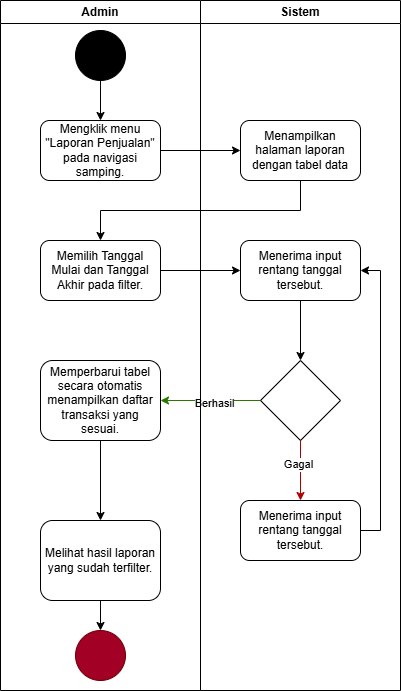
Earlier version of the draw.io export Docs/Use Case/activityfinal/Activity Diagram-Laporan Penjualan.drawio.png (gustitriprayoga/Sistem-Pembayaran-QR). Source tidied: cells renumbered, new cells last; positions are measured from the earlier drawing's top-left corner, leaving out a move shared by most shapes.
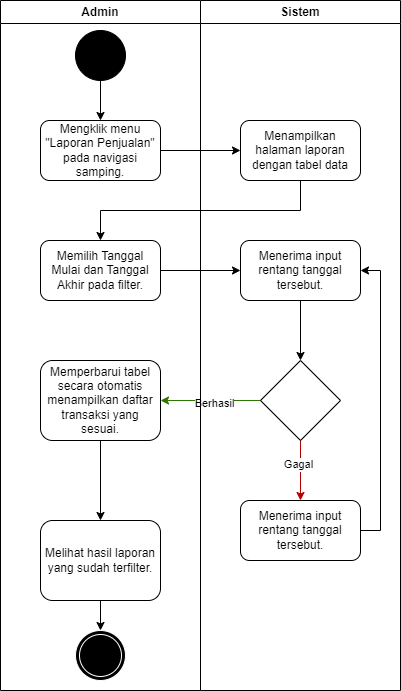
After the change.

The edit, as a diff of the source:
```diff
@@ -61,7 +61,7 @@
     <mxCell id="19" value="Memperbarui tabel secara otomatis menampilkan daftar transaksi yang sesuai." style="rounded=1;whiteSpace=wrap;html=1;" parent="1" vertex="1">
       <mxGeometry x="40" y="360" width="120" height="80" as="geometry" />
     </mxCell>
-    <mxCell id="20" style="edgeStyle=orthogonalEdgeStyle;rounded=0;jettySize=auto;html=1;exitX=0.5;exitY=1;exitDx=0;exitDy=0;entryX=0.5;entryY=0;entryDx=0;entryDy=0;" parent="1" edge="1" source="21" target="24">
+    <mxCell id="20" style="edgeStyle=orthogonalEdgeStyle;rounded=0;jettySize=auto;html=1;exitX=0.5;exitY=1;exitDx=0;exitDy=0;entryX=0.5;entryY=0;entryDx=0;entryDy=0;" parent="1" edge="1" source="21" target="27">
       <mxGeometry relative="1" as="geometry" />
     </mxCell>
     <mxCell id="21" value="Melihat hasil laporan yang sudah terfilter." style="rounded=1;whiteSpace=wrap;html=1;" parent="1" vertex="1">
@@ -73,12 +73,12 @@
     <mxCell id="23" style="ellipse;whiteSpace=wrap;html=1;fillColor=#000000;" parent="1" vertex="1">
       <mxGeometry x="75" y="30" width="50" height="50" as="geometry" />
     </mxCell>
-    <mxCell id="24" style="ellipse;whiteSpace=wrap;html=1;fillColor=#a20025;fontColor=#ffffff;strokeColor=#6F0000;" parent="1" vertex="1">
-      <mxGeometry x="75" y="630" width="50" height="50" as="geometry" />
-    </mxCell>
     <mxCell id="25" value="Admin" style="swimlane;whiteSpace=wrap;html=1;" parent="1" vertex="1">
       <mxGeometry width="200" height="690" as="geometry" />
     </mxCell>
+    <mxCell id="27" style="ellipse;shape=doubleEllipse;whiteSpace=wrap;html=1;fillColor=#000000;fontColor=#ffffff;strokeColor=#FFFFFF;" parent="25" vertex="1">
+      <mxGeometry x="75" y="630" width="50" height="50" as="geometry" />
+    </mxCell>
     <mxCell id="26" value="Sistem" style="swimlane;whiteSpace=wrap;html=1;startSize=23;" parent="1" vertex="1">
       <mxGeometry x="200" width="200" height="690" as="geometry" />
     </mxCell>
```
